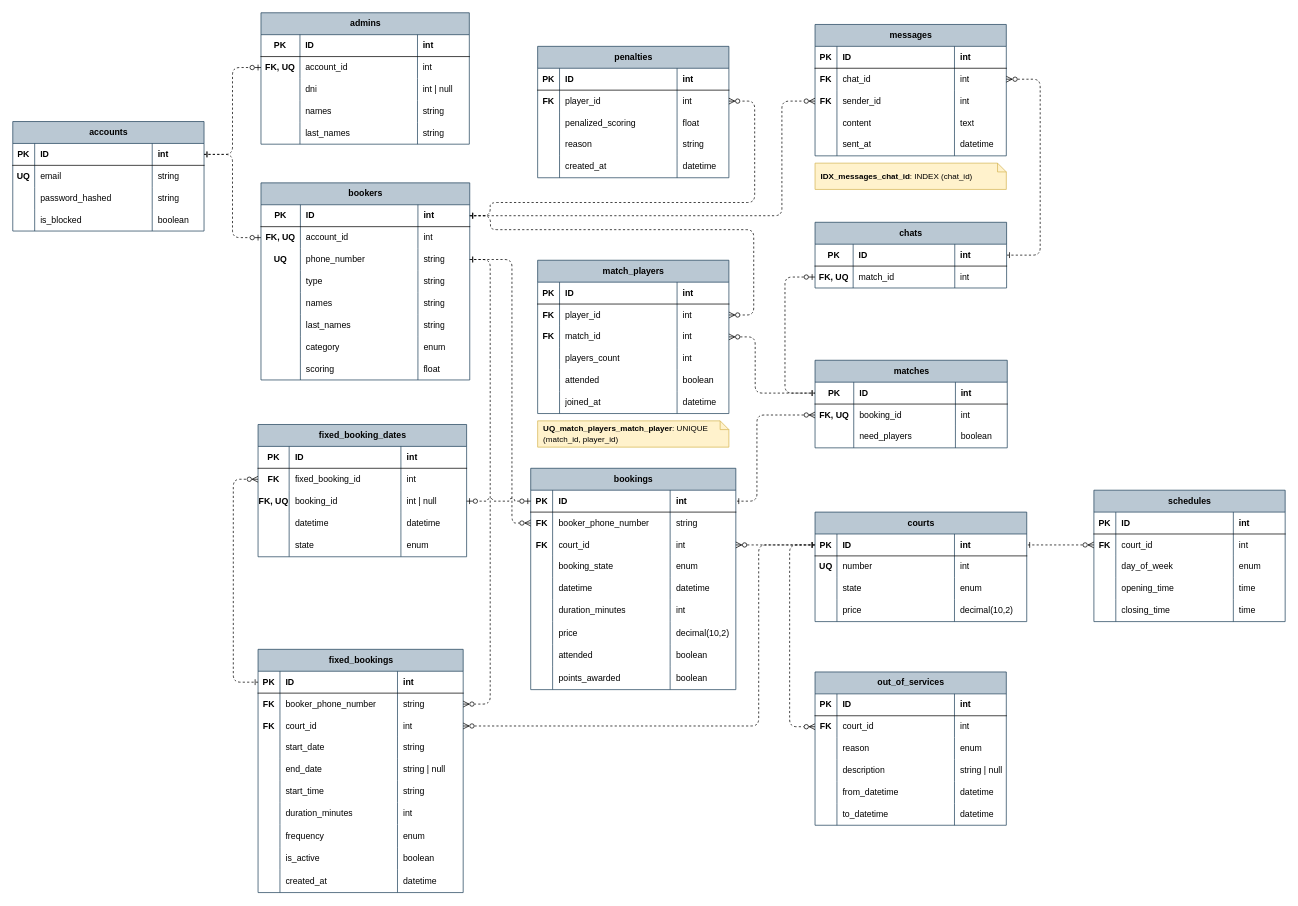
The draw.io diagram docs/der/DER Padel Quento.drawio in JoacoMazza/padel-quento, before the edit. Source tidied: cells renumbered, new cells numbered last; positions are measured from the earlier drawing's top-left corner, leaving out a move shared by most shapes. Both pictures are drawn from the tidied source at 73%, with x=0, y=0 at pixel (12, 12).
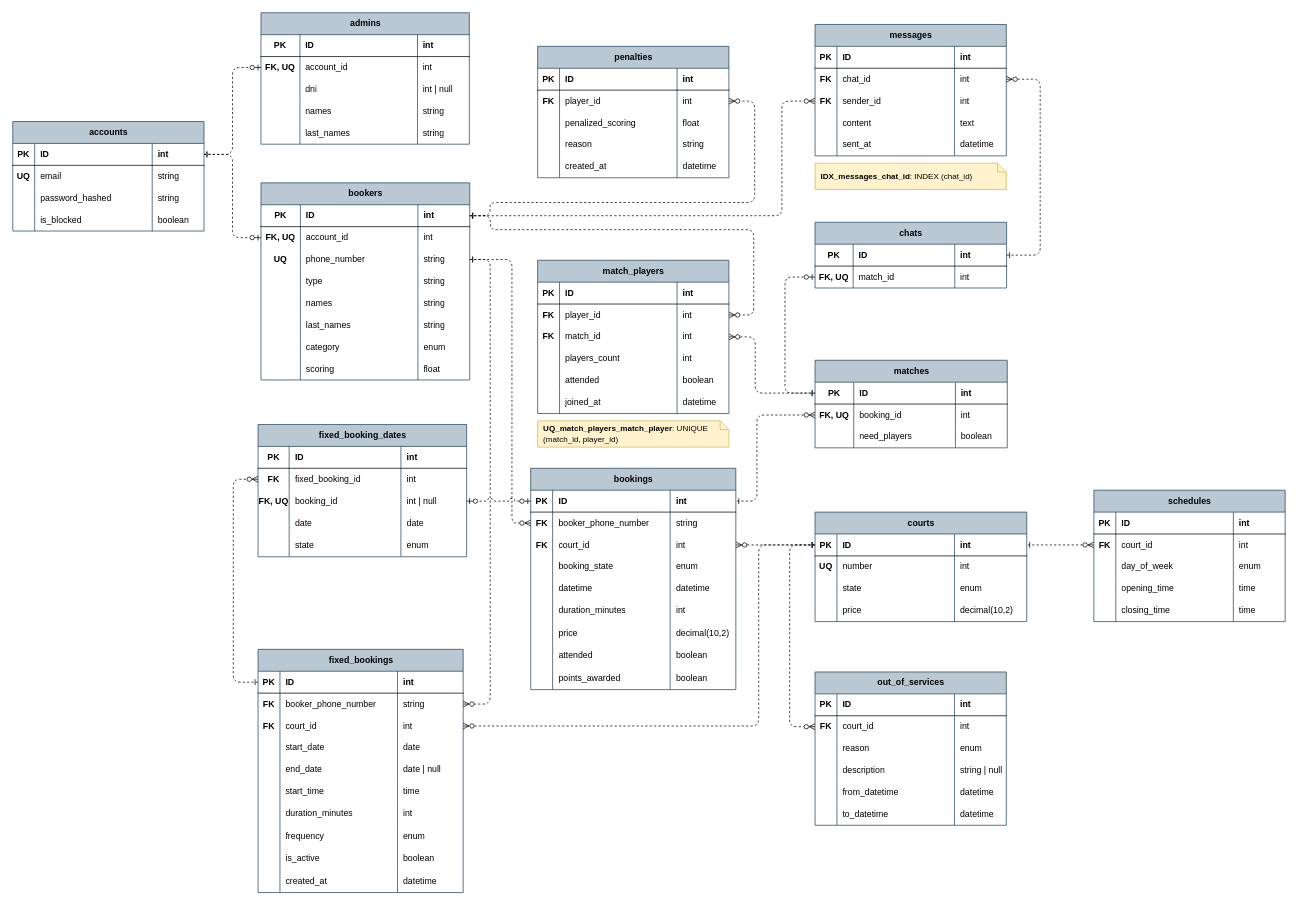
Above is the later version.

Commit message (it also covers changes not shown here):
fix: update diagram dimensions and correct data types in DER

Unchanged cells that the change refers to:
```xml
<mxCell id="257" style="shape=tableRow;horizontal=0;startSize=0;swimlaneHead=0;swimlaneBody=0;fillColor=none;top=0;left=0;right=0;bottom=0;" parent="244" vertex="1">
  <mxGeometry y="120" width="281" height="30" as="geometry" />
</mxCell>
<mxCell id="261" style="shape=tableRow;horizontal=0;startSize=0;swimlaneHead=0;swimlaneBody=0;fillColor=none;top=0;left=0;right=0;bottom=0;" parent="244" vertex="1">
  <mxGeometry y="150" width="281" height="30" as="geometry" />
</mxCell>
<mxCell id="265" style="shape=tableRow;horizontal=0;startSize=0;swimlaneHead=0;swimlaneBody=0;fillColor=none;top=0;left=0;right=0;bottom=0;" parent="244" vertex="1">
  <mxGeometry y="180" width="281" height="30" as="geometry" />
</mxCell>
<mxCell id="300" style="shape=tableRow;horizontal=0;startSize=0;swimlaneHead=0;swimlaneBody=0;fillColor=none;top=0;left=0;right=0;bottom=0;" parent="287" vertex="1">
  <mxGeometry y="120" width="285.7" height="30" as="geometry" />
</mxCell>
```

Diff of the diagram source:
```diff
@@
-    <mxCell id="260" value="string" style="shape=partialRectangle;fillColor=none;top=0;left=0;bottom=0;right=0;align=left;spacingLeft=6;overflow=hidden;whiteSpace=wrap;html=1;" parent="257" vertex="1">
+    <mxCell id="260" value="date" style="shape=partialRectangle;fillColor=none;top=0;left=0;bottom=0;right=0;align=left;spacingLeft=6;overflow=hidden;whiteSpace=wrap;html=1;" parent="257" vertex="1">
       <mxGeometry x="191" width="90" height="30" as="geometry" />
     </mxCell>
@@
-    <mxCell id="264" value="string | null" style="shape=partialRectangle;fillColor=none;top=0;left=0;bottom=0;right=0;align=left;spacingLeft=6;overflow=hidden;whiteSpace=wrap;html=1;" parent="261" vertex="1">
+    <mxCell id="264" value="date | null" style="shape=partialRectangle;fillColor=none;top=0;left=0;bottom=0;right=0;align=left;spacingLeft=6;overflow=hidden;whiteSpace=wrap;html=1;" parent="261" vertex="1">
       <mxGeometry x="191" width="90" height="30" as="geometry" />
     </mxCell>
@@
-    <mxCell id="268" value="string" style="shape=partialRectangle;fillColor=none;top=0;left=0;bottom=0;right=0;align=left;spacingLeft=6;overflow=hidden;whiteSpace=wrap;html=1;" parent="265" vertex="1">
+    <mxCell id="268" value="time" style="shape=partialRectangle;fillColor=none;top=0;left=0;bottom=0;right=0;align=left;spacingLeft=6;overflow=hidden;whiteSpace=wrap;html=1;" parent="265" vertex="1">
       <mxGeometry x="191" width="90" height="30" as="geometry" />
     </mxCell>
@@
-    <mxCell id="302" value="datetime" style="shape=partialRectangle;fillColor=none;top=0;left=0;bottom=0;right=0;align=left;spacingLeft=6;overflow=hidden;whiteSpace=wrap;html=1;" parent="300" vertex="1">
+    <mxCell id="302" value="date" style="shape=partialRectangle;fillColor=none;top=0;left=0;bottom=0;right=0;align=left;spacingLeft=6;overflow=hidden;whiteSpace=wrap;html=1;" parent="300" vertex="1">
       <mxGeometry x="42.6" width="153.1" height="30" as="geometry" />
     </mxCell>
-    <mxCell id="303" value="datetime" style="shape=partialRectangle;fillColor=none;top=0;left=0;bottom=0;right=0;align=left;spacingLeft=6;overflow=hidden;whiteSpace=wrap;html=1;" parent="300" vertex="1">
+    <mxCell id="303" value="date" style="shape=partialRectangle;fillColor=none;top=0;left=0;bottom=0;right=0;align=left;spacingLeft=6;overflow=hidden;whiteSpace=wrap;html=1;" parent="300" vertex="1">
       <mxGeometry x="195.7" width="90" height="30" as="geometry" />
     </mxCell>
```
